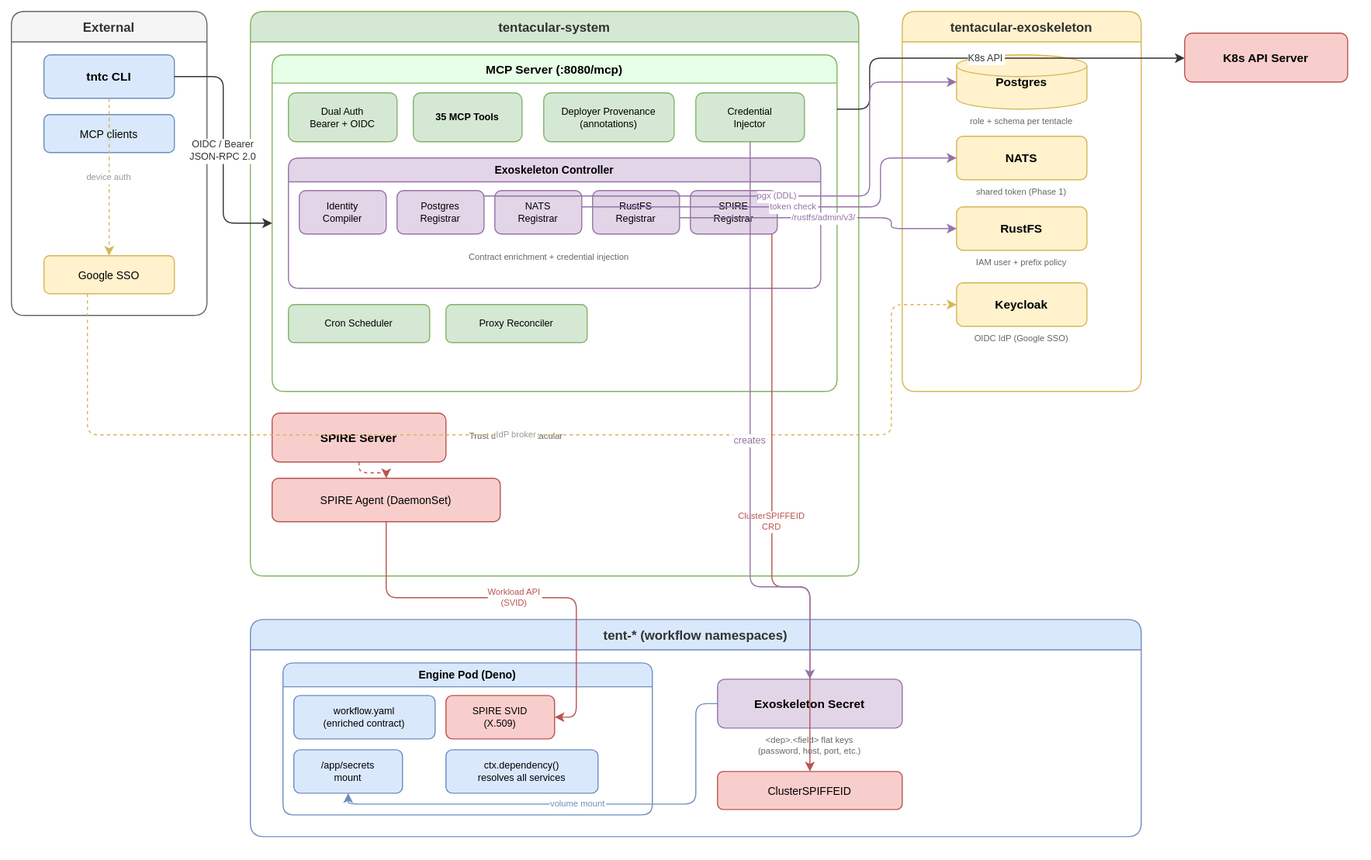
freemangh/tentacular-mcp-fork keeps this draw.io diagram as docs/diagrams/exoskeleton-architecture.svg. Above is the earlier version. Source tidied: cells renumbered, new cells last; positions are measured from the earlier drawing's top-left corner, leaving out a move shared by most shapes.
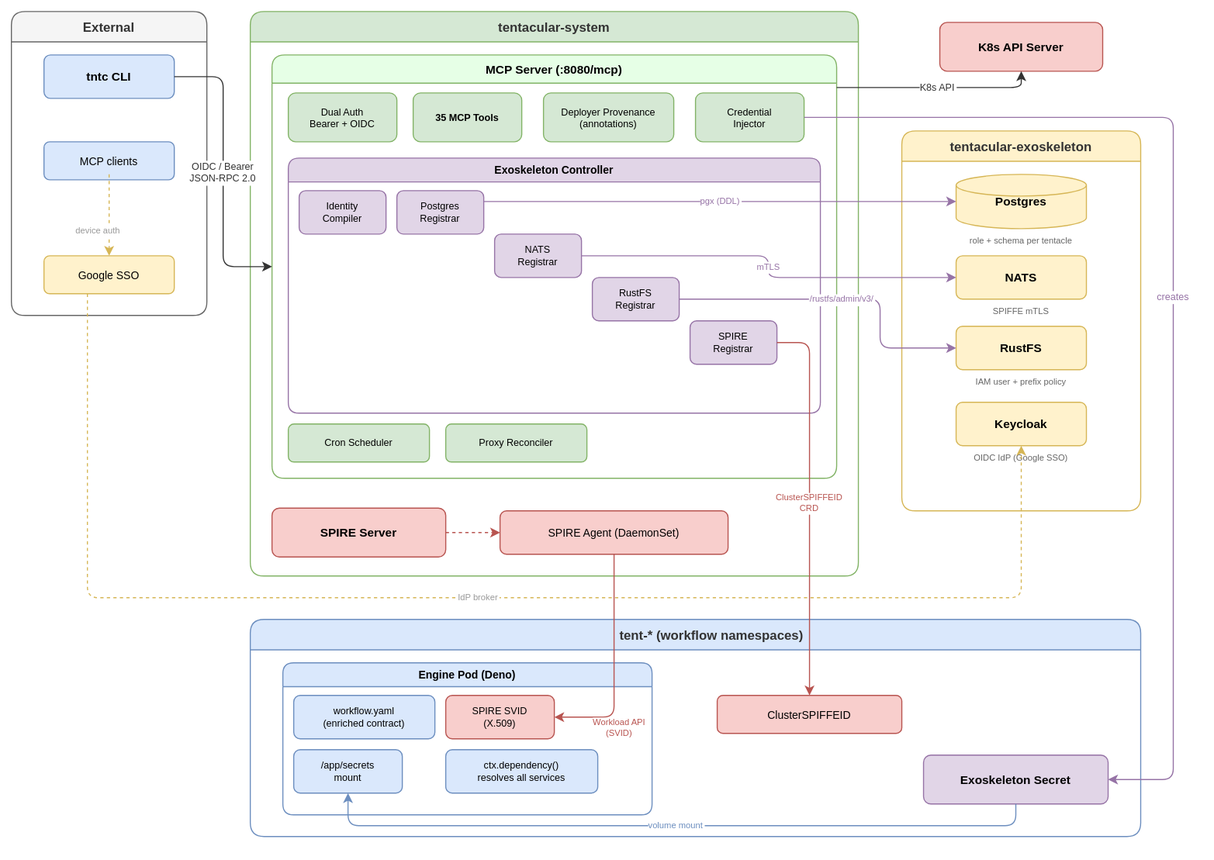
Later version of the same file.

Commit message:
docs: update architecture diagram with user edits, add glossary

Diagram: NATS label updated to SPIFFEID & mTLS, registrars in
staircase layout, trust domain label removed, edges cleaned up.
Re-exported SVG.

New docs/glossary.md: working glossary of platform terms for future
unification into tentacular-docs.

Change to the diagram source:
```diff
@@ -9,7 +9,7 @@
       <mxGeometry x="30" y="40" width="120" height="40" as="geometry" />
     </mxCell>
     <mxCell id="4" value="MCP clients" style="rounded=1;whiteSpace=wrap;fillColor=#dae8fc;strokeColor=#6c8ebf;fontFamily=Helvetica;fontSize=10;" parent="2" vertex="1">
-      <mxGeometry x="30" y="95" width="120" height="35" as="geometry" />
+      <mxGeometry x="30" y="120" width="120" height="35" as="geometry" />
     </mxCell>
     <mxCell id="5" value="Google SSO" style="rounded=1;whiteSpace=wrap;fillColor=#fff2cc;strokeColor=#d6b656;fontFamily=Helvetica;fontSize=10;" parent="2" vertex="1">
       <mxGeometry x="30" y="225" width="120" height="35" as="geometry" />
@@ -18,7 +18,7 @@
       <mxGeometry x="220" width="560" height="520" as="geometry" />
     </mxCell>
     <mxCell id="7" value="MCP Server (:8080/mcp)" style="swimlane;startSize=26;fillColor=#e6ffe6;strokeColor=#82b366;fontFamily=Helvetica;fontStyle=1;fontSize=11;rounded=1;" parent="6" vertex="1">
-      <mxGeometry x="20" y="40" width="520" height="310" as="geometry" />
+      <mxGeometry x="20" y="40" width="520" height="390" as="geometry" />
     </mxCell>
     <mxCell id="8" value="Dual Auth&#10;Bearer + OIDC" style="rounded=1;whiteSpace=wrap;fillColor=#d5e8d4;strokeColor=#82b366;fontFamily=Helvetica;fontSize=9;" parent="7" vertex="1">
       <mxGeometry x="15" y="35" width="100" height="45" as="geometry" />
@@ -27,7 +27,7 @@
       <mxGeometry x="130" y="35" width="100" height="45" as="geometry" />
     </mxCell>
     <mxCell id="10" value="Exoskeleton Controller" style="swimlane;startSize=22;fillColor=#e1d5e7;strokeColor=#9673a6;fontFamily=Helvetica;fontStyle=1;fontSize=10;rounded=1;" parent="7" vertex="1">
-      <mxGeometry x="15" y="95" width="490" height="120" as="geometry" />
+      <mxGeometry x="15" y="95" width="490" height="235" as="geometry" />
     </mxCell>
     <mxCell id="11" value="Identity&#10;Compiler" style="rounded=1;whiteSpace=wrap;fillColor=#e1d5e7;strokeColor=#9673a6;fontFamily=Helvetica;fontSize=9;" parent="10" vertex="1">
       <mxGeometry x="10" y="30" width="80" height="40" as="geometry" />
@@ -36,17 +36,14 @@
       <mxGeometry x="100" y="30" width="80" height="40" as="geometry" />
     </mxCell>
     <mxCell id="13" value="NATS&#10;Registrar" style="rounded=1;whiteSpace=wrap;fillColor=#e1d5e7;strokeColor=#9673a6;fontFamily=Helvetica;fontSize=9;" parent="10" vertex="1">
-      <mxGeometry x="190" y="30" width="80" height="40" as="geometry" />
+      <mxGeometry x="190" y="70" width="80" height="40" as="geometry" />
     </mxCell>
     <mxCell id="14" value="RustFS&#10;Registrar" style="rounded=1;whiteSpace=wrap;fillColor=#e1d5e7;strokeColor=#9673a6;fontFamily=Helvetica;fontSize=9;" parent="10" vertex="1">
-      <mxGeometry x="280" y="30" width="80" height="40" as="geometry" />
+      <mxGeometry x="280" y="110" width="80" height="40" as="geometry" />
     </mxCell>
     <mxCell id="15" value="SPIRE&#10;Registrar" style="rounded=1;whiteSpace=wrap;fillColor=#e1d5e7;strokeColor=#9673a6;fontFamily=Helvetica;fontSize=9;" parent="10" vertex="1">
-      <mxGeometry x="370" y="30" width="80" height="40" as="geometry" />
+      <mxGeometry x="370" y="150" width="80" height="40" as="geometry" />
     </mxCell>
-    <mxCell id="16" value="Contract enrichment + credential injection" style="text;fontFamily=Helvetica;fontSize=8;fontColor=#666666;align=center;" parent="10" vertex="1">
-      <mxGeometry x="10" y="80" width="460" height="20" as="geometry" />
-    </mxCell>
     <mxCell id="17" value="Deployer Provenance&#10;(annotations)" style="rounded=1;whiteSpace=wrap;fillColor=#d5e8d4;strokeColor=#82b366;fontFamily=Helvetica;fontSize=9;" parent="7" vertex="1">
       <mxGeometry x="250" y="35" width="120" height="45" as="geometry" />
     </mxCell>
@@ -54,22 +51,19 @@
       <mxGeometry x="390" y="35" width="100" height="45" as="geometry" />
     </mxCell>
     <mxCell id="19" value="Cron Scheduler" style="rounded=1;whiteSpace=wrap;fillColor=#d5e8d4;strokeColor=#82b366;fontFamily=Helvetica;fontSize=9;" parent="7" vertex="1">
-      <mxGeometry x="15" y="230" width="130" height="35" as="geometry" />
+      <mxGeometry x="15" y="340" width="130" height="35" as="geometry" />
     </mxCell>
     <mxCell id="20" value="Proxy Reconciler" style="rounded=1;whiteSpace=wrap;fillColor=#d5e8d4;strokeColor=#82b366;fontFamily=Helvetica;fontSize=9;" parent="7" vertex="1">
-      <mxGeometry x="160" y="230" width="130" height="35" as="geometry" />
+      <mxGeometry x="160" y="340" width="130" height="35" as="geometry" />
     </mxCell>
     <mxCell id="21" value="SPIRE Server" style="rounded=1;whiteSpace=wrap;fillColor=#f8cecc;strokeColor=#b85450;fontFamily=Helvetica;fontSize=11;fontStyle=1;" parent="6" vertex="1">
-      <mxGeometry x="20" y="370" width="160" height="45" as="geometry" />
+      <mxGeometry x="20" y="457.5" width="160" height="45" as="geometry" />
     </mxCell>
     <mxCell id="22" value="SPIRE Agent (DaemonSet)" style="rounded=1;whiteSpace=wrap;fillColor=#f8cecc;strokeColor=#b85450;fontFamily=Helvetica;fontSize=10;" parent="6" vertex="1">
-      <mxGeometry x="20" y="430" width="210" height="40" as="geometry" />
+      <mxGeometry x="230" y="460" width="210" height="40" as="geometry" />
     </mxCell>
-    <mxCell id="23" value="Trust domain: tentacular" style="text;fontFamily=Helvetica;fontSize=8;fontColor=#666666;" parent="6" vertex="1">
-      <mxGeometry x="200" y="380" width="150" height="15" as="geometry" />
-    </mxCell>
     <mxCell id="24" value="tentacular-exoskeleton" style="swimlane;startSize=28;fillColor=#fff2cc;strokeColor=#d6b656;fontFamily=Helvetica;fontStyle=1;fontSize=12;fontColor=#333333;rounded=1;" parent="1" vertex="1">
-      <mxGeometry x="820" width="220" height="350" as="geometry" />
+      <mxGeometry x="820" y="110" width="220" height="350" as="geometry" />
     </mxCell>
     <mxCell id="25" value="Postgres" style="shape=cylinder3;whiteSpace=wrap;fillColor=#fff2cc;strokeColor=#d6b656;fontFamily=Helvetica;fontSize=11;fontStyle=1;size=10;" parent="24" vertex="1">
       <mxGeometry x="50" y="40" width="120" height="50" as="geometry" />
@@ -80,7 +74,7 @@
     <mxCell id="27" value="NATS" style="rounded=1;whiteSpace=wrap;fillColor=#fff2cc;strokeColor=#d6b656;fontFamily=Helvetica;fontSize=11;fontStyle=1;" parent="24" vertex="1">
       <mxGeometry x="50" y="115" width="120" height="40" as="geometry" />
     </mxCell>
-    <mxCell id="28" value="shared token (Phase 1)" style="text;fontFamily=Helvetica;fontSize=8;fontColor=#666666;align=center;" parent="24" vertex="1">
+    <mxCell id="28" value="SPIFFE mTLS" style="text;fontFamily=Helvetica;fontSize=8;fontColor=#666666;align=center;" parent="24" vertex="1">
       <mxGeometry x="20" y="155" width="180" height="15" as="geometry" />
     </mxCell>
     <mxCell id="29" value="RustFS" style="rounded=1;whiteSpace=wrap;fillColor=#fff2cc;strokeColor=#d6b656;fontFamily=Helvetica;fontSize=11;fontStyle=1;" parent="24" vertex="1">
@@ -96,9 +90,9 @@
       <mxGeometry x="20" y="290" width="180" height="15" as="geometry" />
     </mxCell>
     <mxCell id="33" value="K8s API Server" style="rounded=1;whiteSpace=wrap;fillColor=#f8cecc;strokeColor=#b85450;fontFamily=Helvetica;fontSize=11;fontStyle=1;" parent="1" vertex="1">
-      <mxGeometry x="1080" y="20" width="150" height="45" as="geometry" />
+      <mxGeometry x="855" y="10" width="150" height="45" as="geometry" />
     </mxCell>
-    <mxCell id="34" value="tent-* (workflow namespaces)" style="swimlane;startSize=28;fillColor=#dae8fc;strokeColor=#6c8ebf;fontFamily=Helvetica;fontStyle=1;fontSize=12;fontColor=#333333;rounded=1;" parent="1" vertex="1">
+    <mxCell id="34" value="         tent-* (workflow namespaces)" style="swimlane;startSize=28;fillColor=#dae8fc;strokeColor=#6c8ebf;fontFamily=Helvetica;fontStyle=1;fontSize=12;fontColor=#333333;rounded=1;" parent="1" vertex="1">
       <mxGeometry x="220" y="560" width="820" height="200" as="geometry" />
     </mxCell>
     <mxCell id="35" value="Engine Pod (Deno)" style="swimlane;startSize=22;fillColor=#dae8fc;strokeColor=#6c8ebf;fontFamily=Helvetica;fontStyle=1;fontSize=10;rounded=1;" parent="34" vertex="1">
@@ -117,97 +111,78 @@
       <mxGeometry x="150" y="80" width="140" height="40" as="geometry" />
     </mxCell>
     <mxCell id="40" value="Exoskeleton Secret" style="rounded=1;whiteSpace=wrap;fillColor=#e1d5e7;strokeColor=#9673a6;fontFamily=Helvetica;fontSize=11;fontStyle=1;" parent="34" vertex="1">
-      <mxGeometry x="430" y="55" width="170" height="45" as="geometry" />
+      <mxGeometry x="620" y="125" width="170" height="45" as="geometry" />
     </mxCell>
-    <mxCell id="41" value="&lt;dep&gt;.&lt;field&gt; flat keys&#10;(password, host, port, etc.)" style="text;fontFamily=Helvetica;fontSize=8;fontColor=#666666;align=center;" parent="34" vertex="1">
-      <mxGeometry x="420" y="100" width="190" height="25" as="geometry" />
-    </mxCell>
     <mxCell id="42" value="ClusterSPIFFEID" style="rounded=1;whiteSpace=wrap;fillColor=#f8cecc;strokeColor=#b85450;fontFamily=Helvetica;fontSize=10;" parent="34" vertex="1">
-      <mxGeometry x="430" y="140" width="170" height="35" as="geometry" />
+      <mxGeometry x="430" y="70" width="170" height="35" as="geometry" />
     </mxCell>
+    <mxCell id="52" value="volume mount" style="edgeStyle=orthogonalEdgeStyle;rounded=1;strokeColor=#6c8ebf;fontFamily=Helvetica;fontSize=8;fontColor=#6c8ebf;labelBackgroundColor=#ffffff;exitX=0.5;exitY=1;exitDx=0;exitDy=0;entryX=0.5;entryY=1;entryDx=0;entryDy=0;" parent="34" edge="1" source="40" target="37">
+      <mxGeometry relative="1" as="geometry">
+        <Array as="points">
+          <mxPoint x="705" y="190" />
+          <mxPoint x="90" y="190" />
+        </Array>
+      </mxGeometry>
+    </mxCell>
     <mxCell id="43" value="OIDC / Bearer&#10;JSON-RPC 2.0" style="edgeStyle=orthogonalEdgeStyle;rounded=1;strokeColor=#333333;fontFamily=Helvetica;fontSize=9;fontColor=#333333;labelBackgroundColor=#ffffff;" parent="1" edge="1" source="3" target="7">
       <mxGeometry relative="1" as="geometry" />
     </mxCell>
-    <mxCell id="44" value="device auth" style="edgeStyle=orthogonalEdgeStyle;rounded=1;strokeColor=#d6b656;fontFamily=Helvetica;fontSize=8;fontColor=#999999;dashed=1;" parent="1" edge="1" source="3" target="5">
-      <mxGeometry relative="1" as="geometry" />
+    <mxCell id="44" value="device auth" style="edgeStyle=orthogonalEdgeStyle;rounded=1;strokeColor=#d6b656;fontFamily=Helvetica;fontSize=8;fontColor=#999999;dashed=1;" parent="1" edge="1" target="5">
+      <mxGeometry x="0.38" y="-10" relative="1" as="geometry">
+        <mxPoint x="90" y="150" as="sourcePoint" />
+      </mxGeometry>
     </mxCell>
-    <mxCell id="45" value="IdP broker" style="edgeStyle=orthogonalEdgeStyle;rounded=1;strokeColor=#d6b656;fontFamily=Helvetica;fontSize=8;fontColor=#999999;dashed=1;" parent="1" edge="1" source="5" target="31">
+    <mxCell id="45" value="IdP broker" style="edgeStyle=orthogonalEdgeStyle;rounded=1;strokeColor=#d6b656;fontFamily=Helvetica;fontSize=8;fontColor=#999999;dashed=1;entryX=0.5;entryY=1;entryDx=0;entryDy=0;" parent="1" edge="1" source="5" target="31">
       <mxGeometry relative="1" as="geometry">
         <Array as="points">
-          <mxPoint x="70" y="390" />
-          <mxPoint x="810" y="390" />
-          <mxPoint x="810" y="270" />
+          <mxPoint x="70" y="540" />
+          <mxPoint x="930" y="540" />
         </Array>
       </mxGeometry>
     </mxCell>
-    <mxCell id="46" value="K8s API" style="edgeStyle=orthogonalEdgeStyle;rounded=1;strokeColor=#333333;fontFamily=Helvetica;fontSize=9;fontColor=#333333;labelBackgroundColor=#ffffff;" parent="1" edge="1" source="7" target="33">
+    <mxCell id="46" value="K8s API" style="edgeStyle=orthogonalEdgeStyle;rounded=1;strokeColor=#333333;fontFamily=Helvetica;fontSize=9;fontColor=#333333;labelBackgroundColor=#ffffff;entryX=0.5;entryY=1;entryDx=0;entryDy=0;" parent="1" edge="1" source="7" target="33">
       <mxGeometry relative="1" as="geometry">
         <Array as="points">
-          <mxPoint x="790" y="90" />
-          <mxPoint x="790" y="43" />
+          <mxPoint x="930" y="70" />
         </Array>
       </mxGeometry>
     </mxCell>
-    <mxCell id="47" value="pgx (DDL)" style="edgeStyle=orthogonalEdgeStyle;rounded=1;strokeColor=#9673a6;fontFamily=Helvetica;fontSize=8;fontColor=#9673a6;labelBackgroundColor=#ffffff;" parent="1" edge="1" source="12" target="25">
+    <mxCell id="47" value="pgx (DDL)" style="edgeStyle=orthogonalEdgeStyle;rounded=1;strokeColor=#9673a6;fontFamily=Helvetica;fontSize=8;fontColor=#9673a6;labelBackgroundColor=#ffffff;entryX=0;entryY=0.5;entryDx=0;entryDy=0;entryPerimeter=0;" parent="1" edge="1" source="12" target="25">
       <mxGeometry relative="1" as="geometry">
         <Array as="points">
-          <mxPoint x="790" y="170" />
-          <mxPoint x="790" y="65" />
+          <mxPoint x="870" y="175" />
+          <mxPoint x="870" y="175" />
         </Array>
       </mxGeometry>
     </mxCell>
-    <mxCell id="48" value="token check" style="edgeStyle=orthogonalEdgeStyle;rounded=1;strokeColor=#9673a6;fontFamily=Helvetica;fontSize=8;fontColor=#9673a6;labelBackgroundColor=#ffffff;" parent="1" edge="1" source="13" target="27">
-      <mxGeometry relative="1" as="geometry">
-        <Array as="points">
-          <mxPoint x="800" y="180" />
-          <mxPoint x="800" y="135" />
-        </Array>
-      </mxGeometry>
+    <mxCell id="48" value="mTLS" style="edgeStyle=orthogonalEdgeStyle;rounded=1;strokeColor=#9673a6;fontFamily=Helvetica;fontSize=8;fontColor=#9673a6;labelBackgroundColor=#ffffff;entryX=0;entryY=0.5;entryDx=0;entryDy=0;" parent="1" edge="1" source="13" target="27">
+      <mxGeometry relative="1" as="geometry" />
     </mxCell>
-    <mxCell id="49" value="/rustfs/admin/v3/" style="edgeStyle=orthogonalEdgeStyle;rounded=1;strokeColor=#9673a6;fontFamily=Helvetica;fontSize=8;fontColor=#9673a6;labelBackgroundColor=#ffffff;" parent="1" edge="1" source="14" target="29">
+    <mxCell id="49" value="/rustfs/admin/v3/" style="edgeStyle=orthogonalEdgeStyle;rounded=1;strokeColor=#9673a6;fontFamily=Helvetica;fontSize=8;fontColor=#9673a6;labelBackgroundColor=#ffffff;entryX=0;entryY=0.5;entryDx=0;entryDy=0;exitX=1;exitY=0.5;exitDx=0;exitDy=0;" parent="1" edge="1" source="14" target="29">
       <mxGeometry relative="1" as="geometry">
         <Array as="points">
-          <mxPoint x="810" y="190" />
-          <mxPoint x="810" y="200" />
+          <mxPoint x="800" y="265" />
+          <mxPoint x="800" y="310" />
         </Array>
       </mxGeometry>
     </mxCell>
-    <mxCell id="50" value="ClusterSPIFFEID&#10;CRD" style="edgeStyle=orthogonalEdgeStyle;rounded=1;strokeColor=#b85450;fontFamily=Helvetica;fontSize=8;fontColor=#b85450;labelBackgroundColor=#ffffff;" parent="1" edge="1" source="15" target="42">
-      <mxGeometry relative="1" as="geometry">
-        <Array as="points">
-          <mxPoint x="700" y="200" />
-          <mxPoint x="700" y="530" />
-          <mxPoint x="735" y="530" />
-          <mxPoint x="735" y="717" />
-        </Array>
-      </mxGeometry>
+    <mxCell id="50" value="ClusterSPIFFEID&#10;CRD" style="edgeStyle=orthogonalEdgeStyle;rounded=1;strokeColor=#b85450;fontFamily=Helvetica;fontSize=8;fontColor=#b85450;labelBackgroundColor=#ffffff;exitX=1;exitY=0.5;exitDx=0;exitDy=0;" parent="1" edge="1" source="15" target="42">
+      <mxGeometry relative="1" as="geometry" />
     </mxCell>
-    <mxCell id="51" value="creates" style="edgeStyle=orthogonalEdgeStyle;rounded=1;strokeColor=#9673a6;fontFamily=Helvetica;fontSize=9;fontColor=#9673a6;labelBackgroundColor=#ffffff;" parent="1" edge="1" source="18" target="40">
+    <mxCell id="51" value="creates" style="edgeStyle=orthogonalEdgeStyle;rounded=1;strokeColor=#9673a6;fontFamily=Helvetica;fontSize=9;fontColor=#9673a6;labelBackgroundColor=#ffffff;entryX=1;entryY=0.5;entryDx=0;entryDy=0;" parent="1" edge="1" source="18" target="40">
       <mxGeometry relative="1" as="geometry">
         <Array as="points">
-          <mxPoint x="680" y="75" />
-          <mxPoint x="680" y="530" />
-          <mxPoint x="735" y="530" />
-          <mxPoint x="735" y="638" />
+          <mxPoint x="1070" y="98" />
+          <mxPoint x="1070" y="708" />
         </Array>
       </mxGeometry>
     </mxCell>
-    <mxCell id="52" value="volume mount" style="edgeStyle=orthogonalEdgeStyle;rounded=1;strokeColor=#6c8ebf;fontFamily=Helvetica;fontSize=8;fontColor=#6c8ebf;labelBackgroundColor=#ffffff;" parent="1" edge="1" source="40" target="37">
-      <mxGeometry relative="1" as="geometry">
-        <Array as="points">
-          <mxPoint x="630" y="638" />
-          <mxPoint x="630" y="730" />
-          <mxPoint x="310" y="730" />
-        </Array>
-      </mxGeometry>
-    </mxCell>
-    <mxCell id="53" value="Workload API&#10;(SVID)" style="edgeStyle=orthogonalEdgeStyle;rounded=1;strokeColor=#b85450;fontFamily=Helvetica;fontSize=8;fontColor=#b85450;labelBackgroundColor=#ffffff;" parent="1" edge="1" source="22" target="38">
-      <mxGeometry relative="1" as="geometry">
+    <mxCell id="53" value="Workload API&#10;(SVID)" style="edgeStyle=orthogonalEdgeStyle;rounded=1;strokeColor=#b85450;fontFamily=Helvetica;fontSize=8;fontColor=#b85450;labelBackgroundColor=#ffffff;exitX=0.5;exitY=1;exitDx=0;exitDy=0;" parent="1" edge="1" source="22" target="38">
+      <mxGeometry x="0.46" y="11" relative="1" as="geometry">
         <Array as="points">
-          <mxPoint x="345" y="540" />
-          <mxPoint x="520" y="540" />
-          <mxPoint x="520" y="650" />
+          <mxPoint x="555" y="650" />
         </Array>
+        <mxPoint x="5" y="-1" as="offset" />
       </mxGeometry>
     </mxCell>
     <mxCell id="54" style="edgeStyle=orthogonalEdgeStyle;rounded=1;strokeColor=#b85450;dashed=1;" parent="1" edge="1" source="21" target="22">
```
